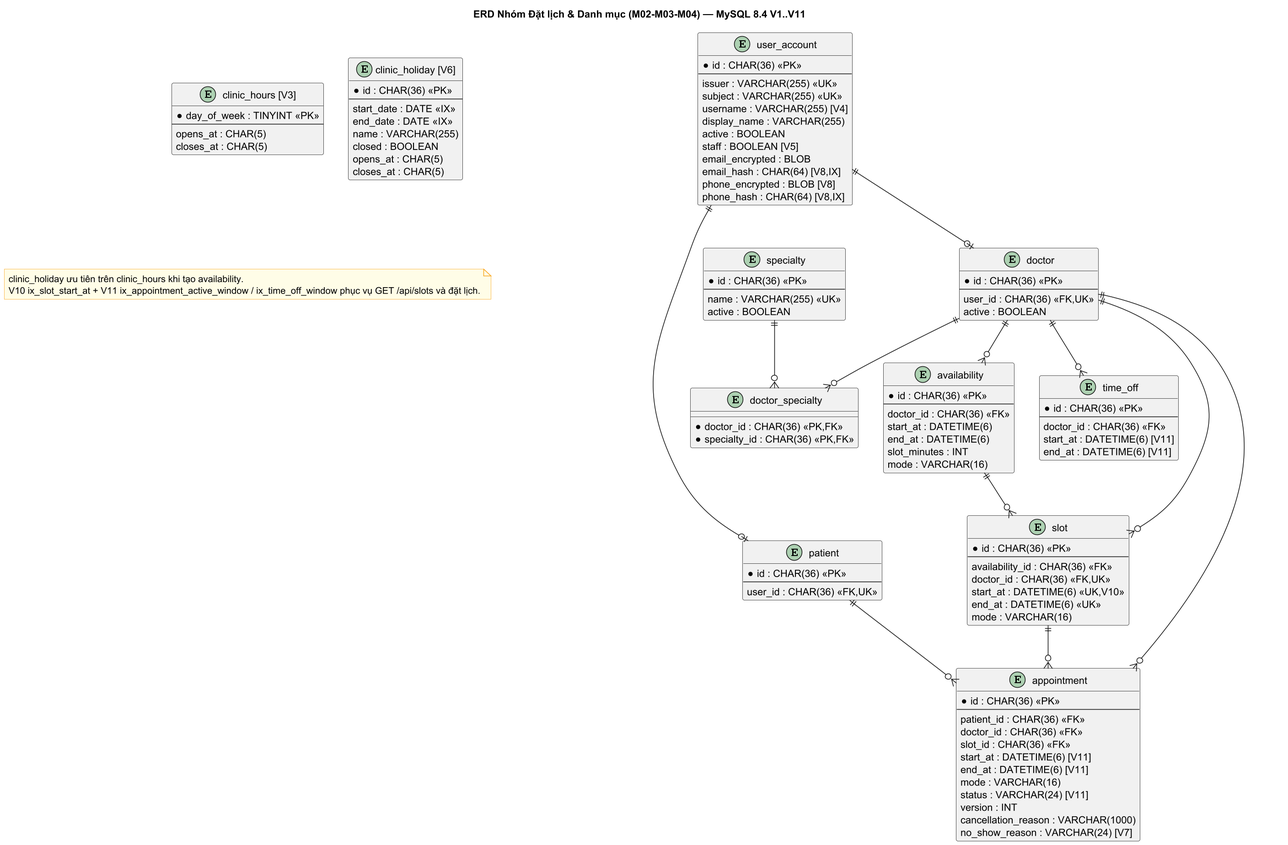
Before: docs/design/database/erd-scheduling.png, a diagram exported from PlantUML (Samie32/SE-project).
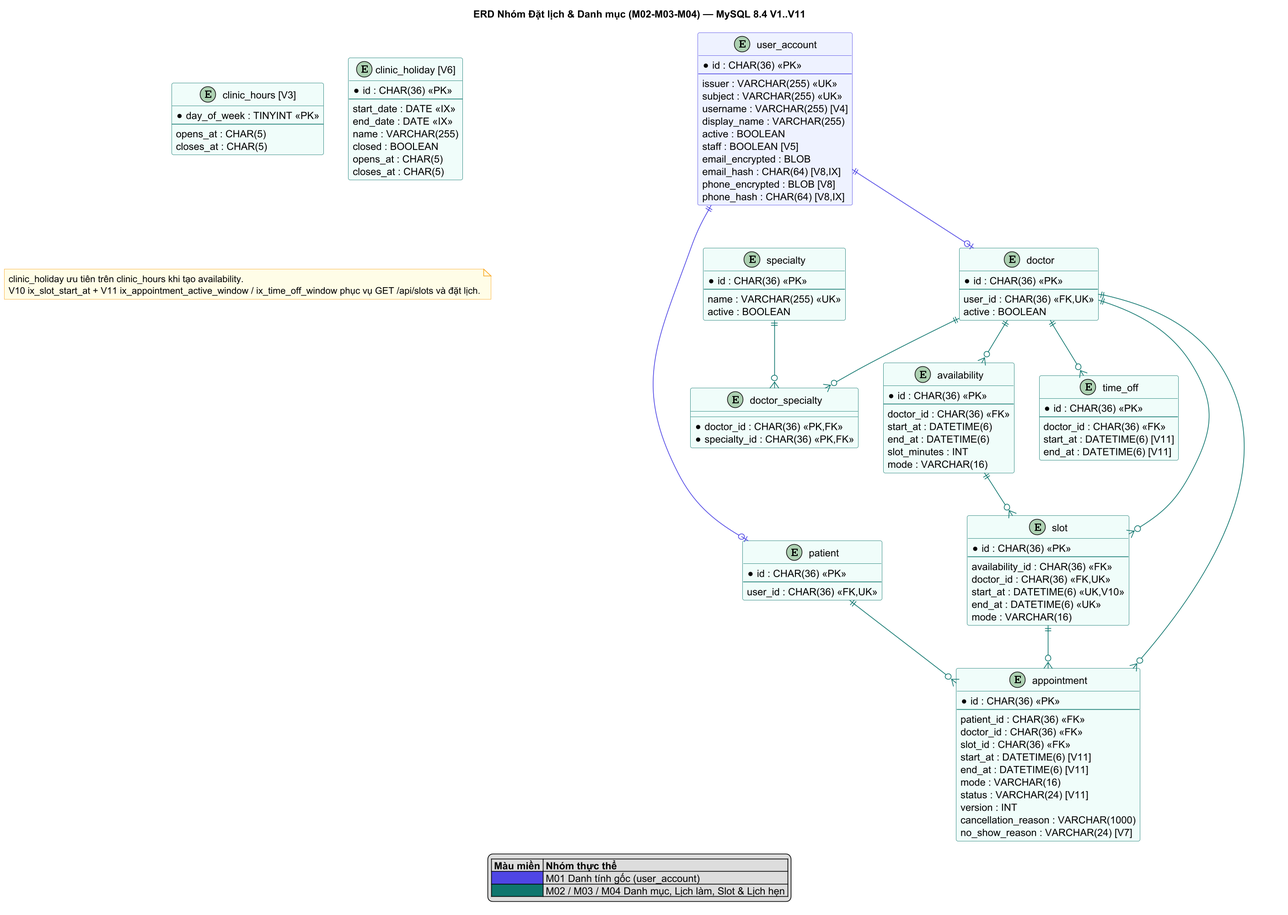
After the commit.

The edit, as a diff of the source:
```diff
@@ -1,8 +1,5 @@
 @startuml erd-scheduling
 skinparam entity {
-  BackgroundColor White
-  BorderColor #555
-  ArrowColor #333
   FontName Arial
   FontSize 10
 }
@@ -12,7 +9,7 @@
 skinparam dpi 150
 title ERD Nhóm Đặt lịch & Danh mục (M02-M03-M04) — MySQL 8.4 V1..V11
 
-entity "user_account" as UA {
+entity "user_account" as UA #EEF2FF;line:4F46E5 {
   * id : CHAR(36) <<PK>>
   --
   issuer : VARCHAR(255) <<UK>>
@@ -27,39 +24,39 @@
   phone_hash : CHAR(64) [V8,IX]
 }
 
-entity "patient" as P {
+entity "patient" as P #F0FDFA;line:0F766E {
   * id : CHAR(36) <<PK>>
   --
   user_id : CHAR(36) <<FK,UK>>
 }
 
-entity "doctor" as D {
+entity "doctor" as D #F0FDFA;line:0F766E {
   * id : CHAR(36) <<PK>>
   --
   user_id : CHAR(36) <<FK,UK>>
   active : BOOLEAN
 }
 
-entity "specialty" as SP {
+entity "specialty" as SP #F0FDFA;line:0F766E {
   * id : CHAR(36) <<PK>>
   --
   name : VARCHAR(255) <<UK>>
   active : BOOLEAN
 }
 
-entity "doctor_specialty" as DS {
+entity "doctor_specialty" as DS #F0FDFA;line:0F766E {
   * doctor_id : CHAR(36) <<PK,FK>>
   * specialty_id : CHAR(36) <<PK,FK>>
 }
 
-entity "clinic_hours [V3]" as CH {
+entity "clinic_hours [V3]" as CH #F0FDFA;line:0F766E {
   * day_of_week : TINYINT <<PK>>
   --
   opens_at : CHAR(5)
   closes_at : CHAR(5)
 }
 
-entity "clinic_holiday [V6]" as HL {
+entity "clinic_holiday [V6]" as HL #F0FDFA;line:0F766E {
   * id : CHAR(36) <<PK>>
   --
   start_date : DATE <<IX>>
@@ -70,7 +67,7 @@
   closes_at : CHAR(5)
 }
 
-entity "availability" as AV {
+entity "availability" as AV #F0FDFA;line:0F766E {
   * id : CHAR(36) <<PK>>
   --
   doctor_id : CHAR(36) <<FK>>
@@ -80,7 +77,7 @@
   mode : VARCHAR(16)
 }
 
-entity "time_off" as TO {
+entity "time_off" as TO #F0FDFA;line:0F766E {
   * id : CHAR(36) <<PK>>
   --
   doctor_id : CHAR(36) <<FK>>
@@ -88,7 +85,7 @@
   end_at : DATETIME(6) [V11]
 }
 
-entity "slot" as SL {
+entity "slot" as SL #F0FDFA;line:0F766E {
   * id : CHAR(36) <<PK>>
   --
   availability_id : CHAR(36) <<FK>>
@@ -98,7 +95,7 @@
   mode : VARCHAR(16)
 }
 
-entity "appointment" as AP {
+entity "appointment" as AP #F0FDFA;line:0F766E {
   * id : CHAR(36) <<PK>>
   --
   patient_id : CHAR(36) <<FK>>
@@ -113,21 +110,27 @@
   no_show_reason : VARCHAR(24) [V7]
 }
 
-UA ||--o| D
-UA ||--o| P
-D ||--o{ DS
-SP ||--o{ DS
-D ||--o{ AV
-D ||--o{ TO
-D ||--o{ SL
-AV ||--o{ SL
-SL ||--o{ AP
-P ||--o{ AP
-D ||--o{ AP
+UA ||-[#4F46E5]-o| D
+UA ||-[#4F46E5]-o| P
+D ||-[#0F766E]-o{ DS
+SP ||-[#0F766E]-o{ DS
+D ||-[#0F766E]-o{ AV
+D ||-[#0F766E]-o{ TO
+D ||-[#0F766E]-o{ SL
+AV ||-[#0F766E]-o{ SL
+SL ||-[#0F766E]-o{ AP
+P ||-[#0F766E]-o{ AP
+D ||-[#0F766E]-o{ AP
 
 note as N1
   clinic_holiday ưu tiên trên clinic_hours khi tạo availability.
   V10 ix_slot_start_at + V11 ix_appointment_active_window / ix_time_off_window phục vụ GET /api/slots và đặt lịch.
 end note
 
+legend bottom
+  |= Màu miền |= Nhóm thực thể |
+  |<#4F46E5>   | M01 Danh tính gốc (user_account) |
+  |<#0F766E>   | M02 / M03 / M04 Danh mục, Lịch làm, Slot & Lịch hẹn |
+endlegend
+
 @enduml
```
